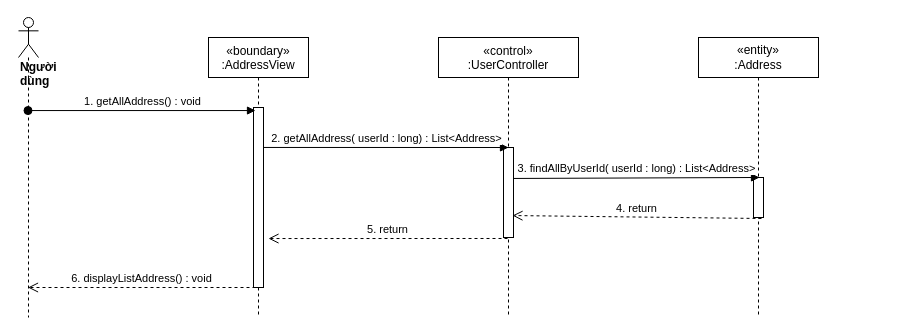
The draw.io diagram sequence diagram/view-addresses-sequence-diagram.drawio in nguyenphamvan/datn_20202, before the edit. Source tidied: cells renumbered, new cells numbered last; positions are measured from the earlier drawing's top-left corner, leaving out a move shared by most shapes. Both pictures are drawn from the tidied source at 100%, with x=0, y=0 at pixel (18, 17).
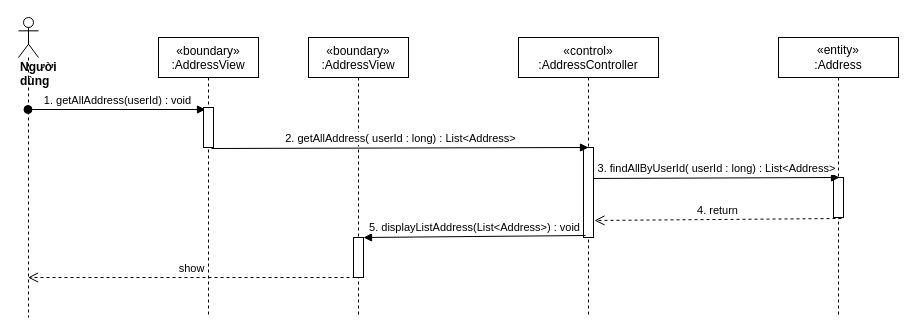
After the change.

Diff of the diagram source:
```diff
@@
 <mxGraphModel>
   <root>
     <mxCell id="0" />
     <mxCell id="1" parent="0" />
     <mxCell id="2" value="«boundary»&#10;:AddressView" style="shape=umlLifeline;perimeter=lifelinePerimeter;rounded=0;shadow=0;strokeWidth=1;" parent="1" vertex="1">
-      <mxGeometry x="190" y="20" width="100" height="280" as="geometry" />
+      <mxGeometry x="290" y="20" width="100" height="280" as="geometry" />
     </mxCell>
     <mxCell id="3" style="html=1;points=[];perimeter=orthogonalPerimeter;" parent="2" vertex="1">
-      <mxGeometry x="45" y="70" width="10" height="180" as="geometry" />
+      <mxGeometry x="45" y="200" width="10" height="40" as="geometry" />
     </mxCell>
-    <mxCell id="4" value="«control»&#10;:UserController" style="shape=umlLifeline;perimeter=lifelinePerimeter;rounded=0;shadow=0;strokeWidth=1;size=40;" parent="1" vertex="1">
-      <mxGeometry x="420" y="20" width="140" height="280" as="geometry" />
+    <mxCell id="4" value="«control»&#10;:AddressController" style="shape=umlLifeline;perimeter=lifelinePerimeter;rounded=0;shadow=0;strokeWidth=1;size=40;" parent="1" vertex="1">
+      <mxGeometry x="500" y="20" width="140" height="280" as="geometry" />
     </mxCell>
     <mxCell id="5" style="points=[];perimeter=orthogonalPerimeter;rounded=0;shadow=0;strokeWidth=1;" parent="4" vertex="1">
       <mxGeometry x="65" y="110" width="10" height="90" as="geometry" />
     </mxCell>
     <mxCell id="6" value="&lt;div&gt;&lt;b&gt;Người dùng&lt;/b&gt;&lt;/div&gt;" style="shape=umlLifeline;participant=umlActor;perimeter=lifelinePerimeter;whiteSpace=wrap;html=1;verticalAlign=top;spacingTop=36;outlineConnect=0;align=left;" parent="1" vertex="1">
       <mxGeometry width="20" height="300" as="geometry" />
     </mxCell>
-    <mxCell id="7" value="1. getAllAddress() : void" style="html=1;verticalAlign=bottom;startArrow=oval;startFill=1;endArrow=block;startSize=8;entryX=0.2;entryY=0.017;entryDx=0;entryDy=0;entryPerimeter=0;" parent="1" edge="1" source="6" target="3">
+    <mxCell id="7" value="1. getAllAddress(userId) : void" style="html=1;verticalAlign=bottom;startArrow=oval;startFill=1;endArrow=block;startSize=8;entryX=0.2;entryY=0.05;entryDx=0;entryDy=0;entryPerimeter=0;" parent="1" edge="1" source="6" target="16">
       <mxGeometry relative="1" as="geometry" />
     </mxCell>
-    <mxCell id="8" value="2. getAllAddress( userId : long) : List&amp;lt;Address&amp;gt;" style="html=1;verticalAlign=bottom;endArrow=block;entryX=0.5;entryY=0;entryDx=0;entryDy=0;entryPerimeter=0;exitX=0.98;exitY=0.222;exitDx=0;exitDy=0;exitPerimeter=0;" parent="1" edge="1" source="3" target="5">
+    <mxCell id="8" value="2. getAllAddress( userId : long) : List&amp;lt;Address&amp;gt;" style="html=1;verticalAlign=bottom;endArrow=block;entryX=0.5;entryY=0;entryDx=0;entryDy=0;entryPerimeter=0;exitX=0.8;exitY=1.025;exitDx=0;exitDy=0;exitPerimeter=0;" parent="1" edge="1" source="16" target="5">
       <mxGeometry relative="1" as="geometry" />
     </mxCell>
     <mxCell id="9" value="&lt;span&gt;«entity»&lt;br&gt;&lt;/span&gt;:Address" style="shape=umlLifeline;perimeter=lifelinePerimeter;whiteSpace=wrap;html=1;" parent="1" vertex="1">
-      <mxGeometry x="680" y="20" width="120" height="280" as="geometry" />
+      <mxGeometry x="760" y="20" width="120" height="280" as="geometry" />
     </mxCell>
     <mxCell id="10" style="points=[];perimeter=orthogonalPerimeter;rounded=0;shadow=0;strokeWidth=1;" parent="9" vertex="1">
       <mxGeometry x="55" y="140" width="10" height="40" as="geometry" />
     </mxCell>
     <mxCell id="11" value="3. findAllByUserId( userId : long) : List&amp;lt;Address&amp;gt;" style="html=1;verticalAlign=bottom;endArrow=block;entryX=0.6;entryY=0;entryDx=0;entryDy=0;entryPerimeter=0;exitX=1;exitY=0.344;exitDx=0;exitDy=0;exitPerimeter=0;" parent="1" edge="1" source="5" target="10">
       <mxGeometry relative="1" as="geometry" />
     </mxCell>
-    <mxCell id="12" value="4. return" style="html=1;verticalAlign=bottom;endArrow=open;dashed=1;endSize=8;exitX=0.8;exitY=1.025;exitDx=0;exitDy=0;exitPerimeter=0;entryX=0.9;entryY=0.756;entryDx=0;entryDy=0;entryPerimeter=0;" parent="1" edge="1" source="10" target="5">
+    <mxCell id="12" value="4. return" style="html=1;verticalAlign=bottom;endArrow=open;dashed=1;endSize=8;exitX=0.8;exitY=1.025;exitDx=0;exitDy=0;exitPerimeter=0;entryX=1.1;entryY=0.811;entryDx=0;entryDy=0;entryPerimeter=0;" parent="1" edge="1" source="10" target="5">
       <mxGeometry relative="1" as="geometry" />
     </mxCell>
-    <mxCell id="13" value="&lt;span style=&quot;color: rgb(0 , 0 , 0) ; font-family: &amp;#34;helvetica&amp;#34; ; font-size: 11px ; font-style: normal ; font-weight: 400 ; letter-spacing: normal ; text-align: center ; text-indent: 0px ; text-transform: none ; word-spacing: 0px ; background-color: rgb(255 , 255 , 255) ; display: inline ; float: none&quot;&gt;6. displayListAddress() : void&lt;/span&gt;" style="html=1;verticalAlign=bottom;endArrow=open;dashed=1;endSize=8;exitX=0.2;exitY=1;exitDx=0;exitDy=0;exitPerimeter=0;" parent="1" edge="1" source="3" target="6">
+    <mxCell id="13" value="&lt;span style=&quot;color: rgb(0 , 0 , 0) ; font-family: &amp;#34;helvetica&amp;#34; ; font-size: 11px ; font-style: normal ; font-weight: 400 ; letter-spacing: normal ; text-align: center ; text-indent: 0px ; text-transform: none ; word-spacing: 0px ; background-color: rgb(255 , 255 , 255) ; display: inline ; float: none&quot;&gt;show&lt;/span&gt;" style="html=1;verticalAlign=bottom;endArrow=open;dashed=1;endSize=8;exitX=0.2;exitY=1;exitDx=0;exitDy=0;exitPerimeter=0;" parent="1" edge="1" source="3" target="6">
       <mxGeometry relative="1" as="geometry" />
     </mxCell>
+    <mxCell id="15" value="«boundary»&#10;:AddressView" style="shape=umlLifeline;perimeter=lifelinePerimeter;rounded=0;shadow=0;strokeWidth=1;" parent="1" vertex="1">
+      <mxGeometry x="140" y="20" width="100" height="280" as="geometry" />
+    </mxCell>
+    <mxCell id="16" style="html=1;points=[];perimeter=orthogonalPerimeter;" parent="15" vertex="1">
+      <mxGeometry x="45" y="70" width="10" height="40" as="geometry" />
+    </mxCell>
-    <mxCell id="14" value="5. return" style="html=1;verticalAlign=bottom;endArrow=open;dashed=1;endSize=8;exitX=0.4;exitY=1.011;exitDx=0;exitDy=0;exitPerimeter=0;entryX=1.5;entryY=0.728;entryDx=0;entryDy=0;entryPerimeter=0;" parent="1" edge="1" source="5" target="3">
+    <mxCell id="14" value="&lt;span style=&quot;font-family: &amp;#34;helvetica&amp;#34;&quot;&gt;5. displayListAddress(List&amp;lt;Address&amp;gt;) : void&lt;/span&gt;" style="html=1;verticalAlign=bottom;endArrow=block;entryX=1;entryY=0;entryDx=0;entryDy=0;entryPerimeter=0;exitX=0.2;exitY=0.978;exitDx=0;exitDy=0;exitPerimeter=0;" parent="1" edge="1" source="5" target="3">
       <mxGeometry relative="1" as="geometry" />
     </mxCell>
   </root>
 </mxGraphModel>
```
